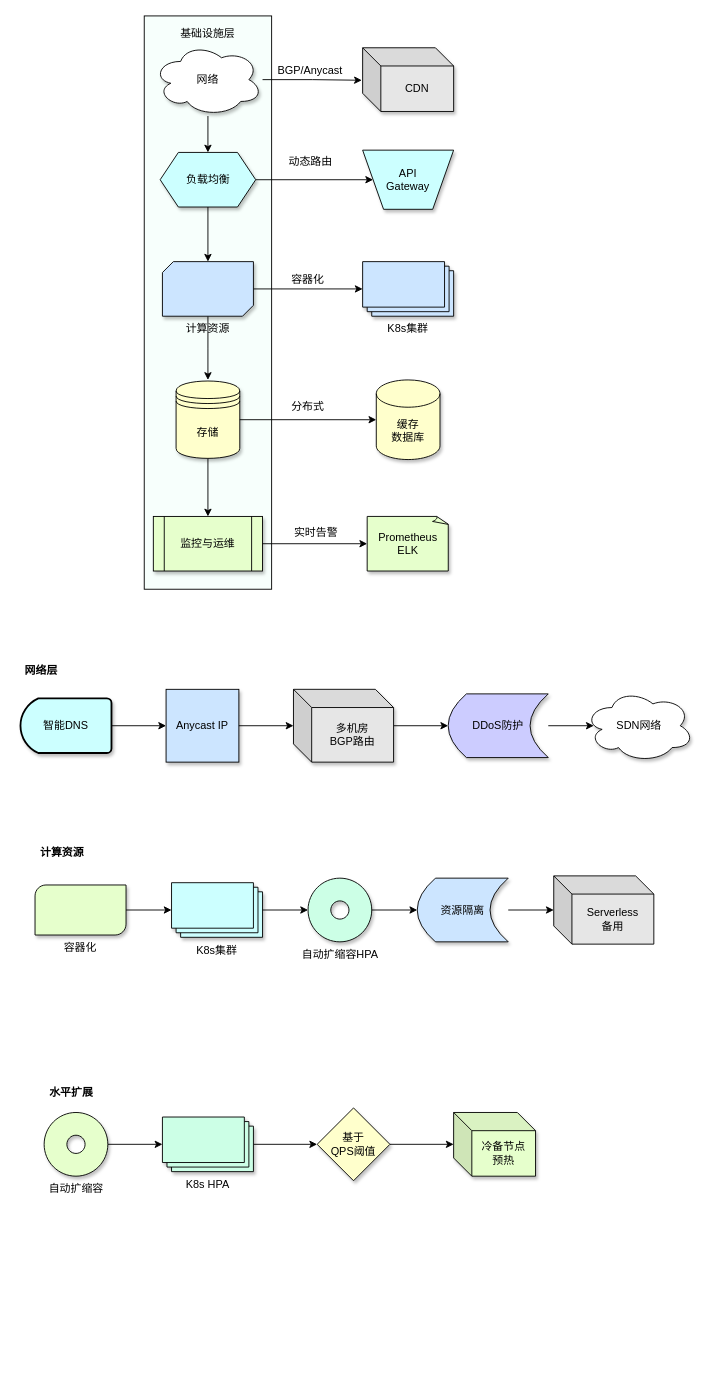
Earlier version of the draw.io diagram achitecture_diagram/架构分层-基础设施层.drawio (abigalexy/online_drawing). Source tidied: cells renumbered, new cells numbered last; positions are measured from the earlier drawing's top-left corner, leaving out a move shared by most shapes. Both pictures are drawn from the tidied source at 91%, with x=0, y=0 at pixel (20, 15).
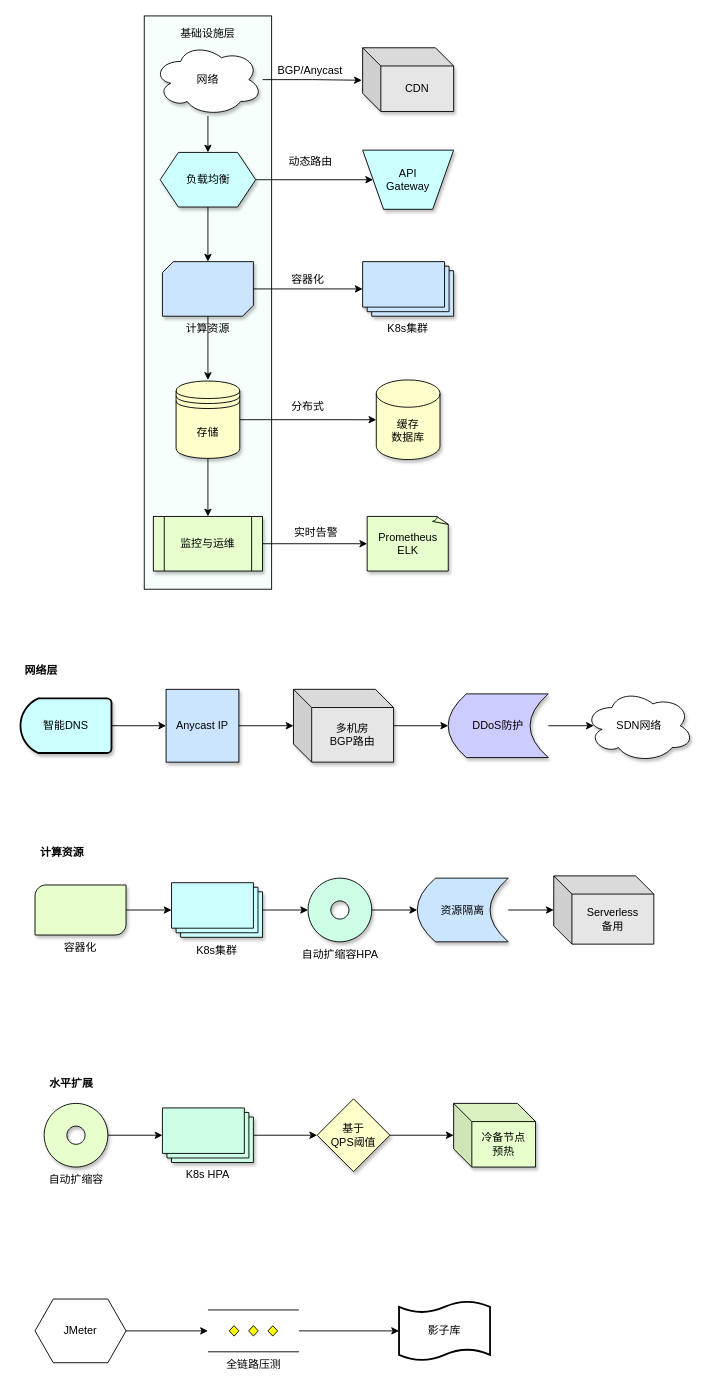
The same diagram, later.

Commit message:
更新架构分层-基础设施层.drawio

Change to the diagram source:
```diff
@@
     <mxCell id="29" style="group;" parent="1" vertex="1">
-      <mxGeometry x="26" y="1170" width="540" height="110" as="geometry" />
+      <mxGeometry x="26" y="1160" width="540" height="110" as="geometry" />
     </mxCell>
@@
+    <mxCell id="61" value="JMeter" style="shape=hexagon;perimeter=hexagonPerimeter2;whiteSpace=wrap;html=1;fixedSize=1;" parent="1" vertex="1">
+      <mxGeometry x="16" y="1410" width="100" height="70" as="geometry" />
+    </mxCell>
+    <mxCell id="62" value="全链路压测" style="verticalLabelPosition=bottom;verticalAlign=top;html=1;shape=mxgraph.flowchart.parallel_mode;" parent="1" vertex="1">
+      <mxGeometry x="206" y="1422" width="100" height="46" as="geometry" />
+    </mxCell>
+    <mxCell id="63" value="影子库" style="shape=tape;whiteSpace=wrap;html=1;strokeWidth=2;size=0.19;" parent="1" vertex="1">
+      <mxGeometry x="416" y="1412.5" width="100" height="65" as="geometry" />
+    </mxCell>
+    <mxCell id="64" style="edgeStyle=orthogonalEdgeStyle;rounded=0;jettySize=auto;html=1;entryX=0;entryY=0.5;entryDx=0;entryDy=0;entryPerimeter=0;" parent="1" edge="1" source="61" target="62">
+      <mxGeometry relative="1" as="geometry" />
+    </mxCell>
+    <mxCell id="65" style="edgeStyle=orthogonalEdgeStyle;rounded=0;jettySize=auto;html=1;entryX=0;entryY=0.5;entryDx=0;entryDy=0;entryPerimeter=0;" parent="1" edge="1" source="62" target="63">
+      <mxGeometry relative="1" as="geometry" />
+    </mxCell>
```
